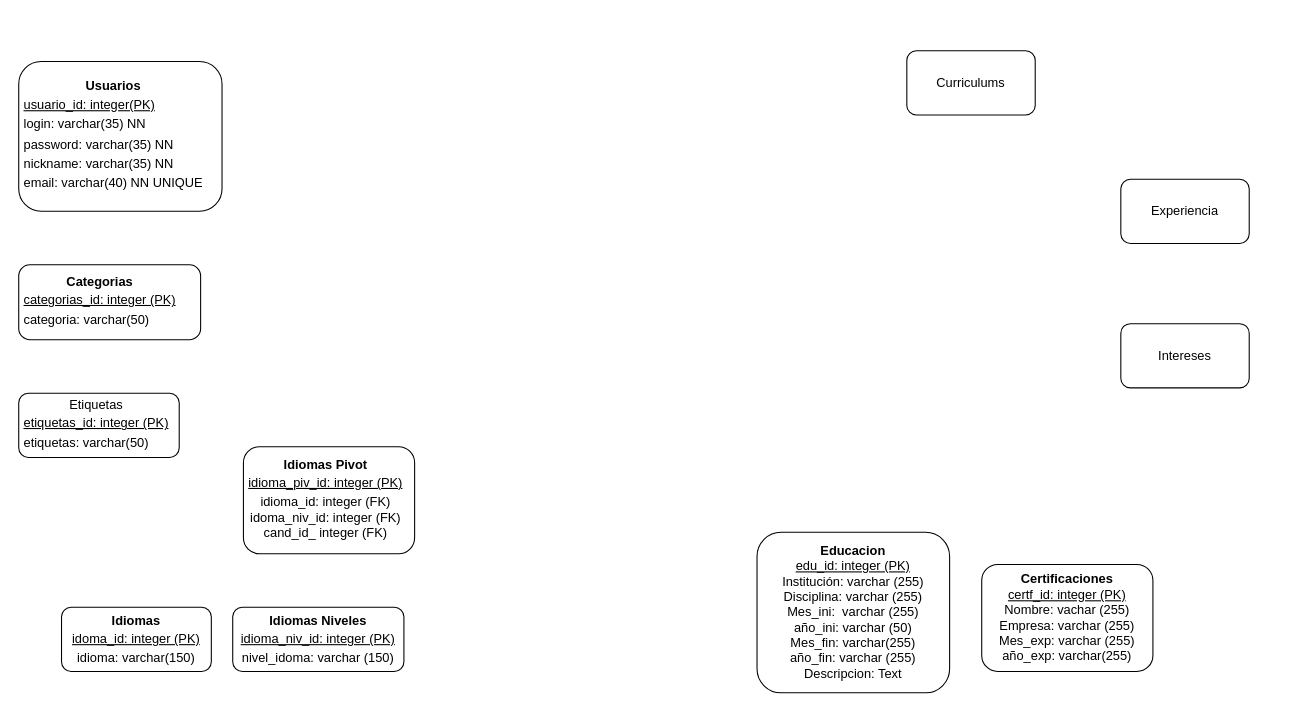
Before: PanelaHRM Diagram.drawio in habidco/panelahrmproject, a draw.io diagram. Source tidied: cells renumbered, new cells numbered last; positions are measured from the earlier drawing's top-left corner, leaving out a move shared by most shapes. Both pictures are drawn from the tidied source at 107%, with x=0, y=0 at pixel (18, 50).
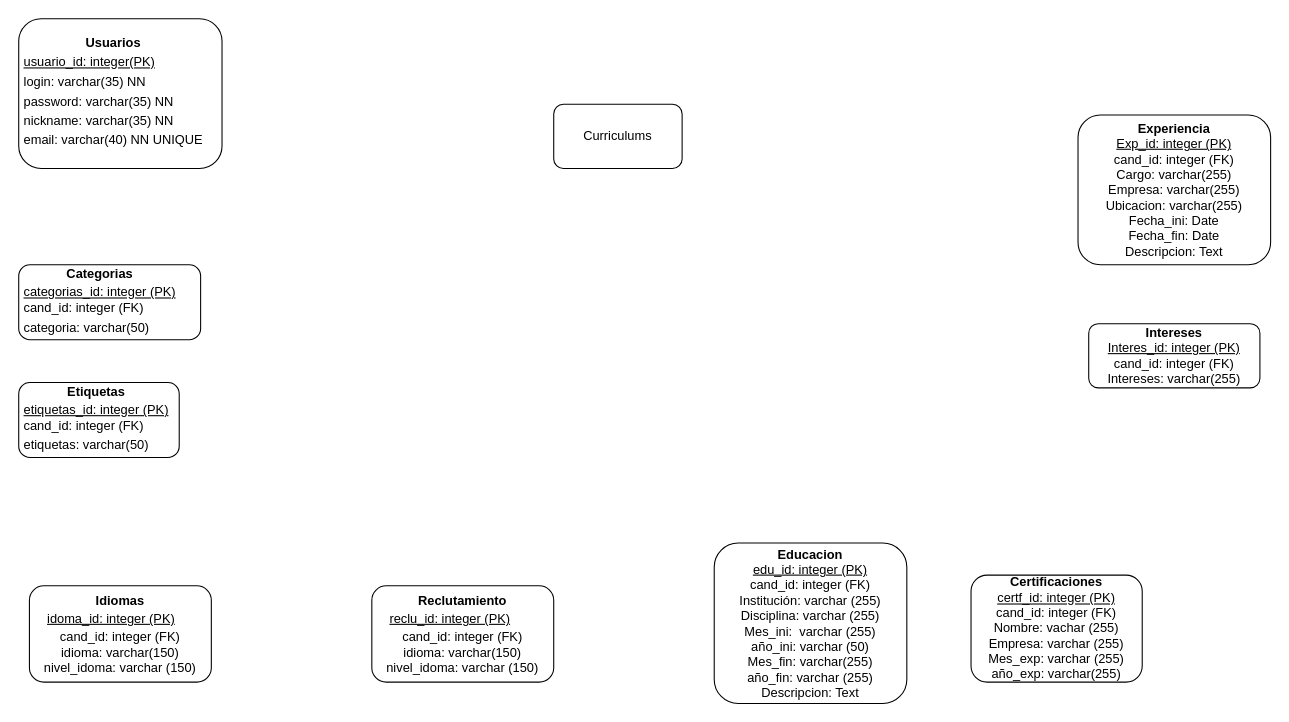
After the change.

Diff of the diagram source:
```diff
@@
 <mxGraphModel>
   <root>
     <mxCell id="0" />
     <mxCell id="1" parent="0" />
     <mxCell id="2" value="&lt;div style=&quot;text-align: center;&quot;&gt;&lt;b style=&quot;background-color: initial;&quot;&gt;Usuarios&lt;/b&gt;&lt;/div&gt;&lt;table&gt;&lt;tbody&gt;&lt;tr&gt;&lt;td&gt;&lt;u&gt;usuario_id: integer(PK)&lt;/u&gt;&lt;/td&gt;&lt;/tr&gt;&lt;tr&gt;&lt;td&gt;login: varchar(35) NN&lt;/td&gt;&lt;/tr&gt;&lt;tr&gt;&lt;td&gt;password: varchar(35) NN&lt;/td&gt;&lt;/tr&gt;&lt;tr&gt;&lt;td&gt;nickname: varchar(35) NN&lt;/td&gt;&lt;/tr&gt;&lt;tr&gt;&lt;td&gt;email: varchar(40) NN UNIQUE&lt;/td&gt;&lt;/tr&gt;&lt;/tbody&gt;&lt;/table&gt;" style="rounded=1;whiteSpace=wrap;html=1;align=left;" parent="1" vertex="1">
-      <mxGeometry y="10" width="190" height="140" as="geometry" />
+      <mxGeometry y="-30" width="190" height="140" as="geometry" />
     </mxCell>
-    <mxCell id="3" value="&lt;div style=&quot;text-align: center;&quot;&gt;&lt;span style=&quot;background-color: initial;&quot;&gt;&lt;b&gt;Categorias&lt;/b&gt;&lt;/span&gt;&lt;/div&gt;&lt;table style=&quot;&quot;&gt;&lt;tbody&gt;&lt;tr&gt;&lt;td&gt;&lt;u&gt;categorias_id: integer (PK)&lt;/u&gt;&lt;/td&gt;&lt;/tr&gt;&lt;tr&gt;&lt;td&gt;categoria: varchar(50)&lt;/td&gt;&lt;/tr&gt;&lt;/tbody&gt;&lt;/table&gt;" style="rounded=1;whiteSpace=wrap;html=1;align=left;" parent="1" vertex="1">
+    <mxCell id="3" value="&lt;div style=&quot;text-align: center;&quot;&gt;&lt;span style=&quot;background-color: initial;&quot;&gt;&lt;b&gt;Categorias&lt;/b&gt;&lt;/span&gt;&lt;/div&gt;&lt;table style=&quot;&quot;&gt;&lt;tbody&gt;&lt;tr&gt;&lt;td&gt;&lt;u&gt;categorias_id: integer (PK)&lt;br&gt;&lt;/u&gt;cand_id: integer (FK)&lt;br style=&quot;text-align: center;&quot;&gt;&lt;/td&gt;&lt;/tr&gt;&lt;tr&gt;&lt;td&gt;categoria: varchar(50)&lt;/td&gt;&lt;/tr&gt;&lt;/tbody&gt;&lt;/table&gt;" style="rounded=1;whiteSpace=wrap;html=1;align=left;" parent="1" vertex="1">
       <mxGeometry y="200" width="170" height="70" as="geometry" />
     </mxCell>
-    <mxCell id="4" value="&lt;div style=&quot;text-align: center;&quot;&gt;&lt;span style=&quot;background-color: initial;&quot;&gt;Etiquetas&lt;/span&gt;&lt;/div&gt;&lt;table&gt;&lt;tbody&gt;&lt;tr&gt;&lt;td&gt;&lt;u&gt;etiquetas_id: integer (PK)&lt;/u&gt;&lt;/td&gt;&lt;/tr&gt;&lt;tr&gt;&lt;td&gt;etiquetas: varchar(50)&lt;/td&gt;&lt;/tr&gt;&lt;/tbody&gt;&lt;/table&gt;" style="rounded=1;whiteSpace=wrap;html=1;align=left;" parent="1" vertex="1">
-      <mxGeometry y="320" width="150" height="60" as="geometry" />
+    <mxCell id="4" value="&lt;div style=&quot;text-align: center;&quot;&gt;&lt;span style=&quot;background-color: initial;&quot;&gt;&lt;b&gt;Etiquetas&lt;/b&gt;&lt;/span&gt;&lt;/div&gt;&lt;table&gt;&lt;tbody&gt;&lt;tr&gt;&lt;td&gt;&lt;u&gt;etiquetas_id: integer (PK)&lt;br&gt;&lt;/u&gt;cand_id: integer (FK)&lt;br style=&quot;text-align: center;&quot;&gt;&lt;/td&gt;&lt;/tr&gt;&lt;tr&gt;&lt;td&gt;etiquetas: varchar(50)&lt;/td&gt;&lt;/tr&gt;&lt;/tbody&gt;&lt;/table&gt;" style="rounded=1;whiteSpace=wrap;html=1;align=left;" parent="1" vertex="1">
+      <mxGeometry y="310" width="150" height="70" as="geometry" />
     </mxCell>
     <mxCell id="5" value="Curriculums&lt;br&gt;" style="rounded=1;whiteSpace=wrap;html=1;" parent="1" vertex="1">
-      <mxGeometry x="830" width="120" height="60" as="geometry" />
+      <mxGeometry x="500" y="50" width="120" height="60" as="geometry" />
     </mxCell>
-    <mxCell id="6" value="&lt;b&gt;Educacion&lt;/b&gt;&lt;br&gt;&lt;u&gt;edu_id: integer (PK)&lt;br&gt;&lt;/u&gt;Institución: varchar (255)&lt;br&gt;Disciplina: varchar (255)&lt;br&gt;Mes_ini:&amp;nbsp; varchar (255)&lt;br&gt;año_ini: varchar (50)&lt;br&gt;Mes_fin: varchar(255)&lt;br&gt;año_fin: varchar (255)&lt;br&gt;Descripcion: Text" style="rounded=1;whiteSpace=wrap;html=1;" parent="1" vertex="1">
-      <mxGeometry x="690" y="450" width="180" height="150" as="geometry" />
+    <mxCell id="6" value="&lt;b&gt;Educacion&lt;/b&gt;&lt;br&gt;&lt;u&gt;edu_id: integer (PK)&lt;br&gt;&lt;/u&gt;cand_id: integer (FK)&lt;br&gt;Institución: varchar (255)&lt;br&gt;Disciplina: varchar (255)&lt;br&gt;Mes_ini:&amp;nbsp; varchar (255)&lt;br&gt;año_ini: varchar (50)&lt;br&gt;Mes_fin: varchar(255)&lt;br&gt;año_fin: varchar (255)&lt;br&gt;Descripcion: Text" style="rounded=1;whiteSpace=wrap;html=1;" parent="1" vertex="1">
+      <mxGeometry x="650" y="460" width="180" height="150" as="geometry" />
     </mxCell>
-    <mxCell id="7" value="Experiencia" style="rounded=1;whiteSpace=wrap;html=1;" parent="1" vertex="1">
-      <mxGeometry x="1030" y="120" width="120" height="60" as="geometry" />
+    <mxCell id="7" value="&lt;b&gt;Experiencia&lt;/b&gt;&lt;br&gt;&lt;u&gt;Exp_id: integer (PK)&lt;/u&gt;&lt;br&gt;cand_id: integer (FK)&lt;br&gt;Cargo: varchar(255)&lt;br&gt;Empresa: varchar(255)&lt;br&gt;Ubicacion: varchar(255)&lt;br&gt;Fecha_ini: Date&lt;br&gt;Fecha_fin: Date&lt;br&gt;Descripcion: Text" style="rounded=1;whiteSpace=wrap;html=1;" parent="1" vertex="1">
+      <mxGeometry x="990" y="60" width="180" height="140" as="geometry" />
     </mxCell>
-    <mxCell id="8" value="&lt;b&gt;Certificaciones&lt;br&gt;&lt;/b&gt;&lt;u&gt;certf_id: integer (PK)&lt;br&gt;&lt;/u&gt;Nombre: vachar (255)&lt;br&gt;Empresa: varchar (255)&lt;br&gt;Mes_exp: varchar (255)&lt;br&gt;año_exp: varchar(255)" style="rounded=1;whiteSpace=wrap;html=1;" parent="1" vertex="1">
-      <mxGeometry x="900" y="480" width="160" height="100" as="geometry" />
+    <mxCell id="8" value="&lt;b&gt;Certificaciones&lt;br&gt;&lt;/b&gt;&lt;u&gt;certf_id: integer (PK)&lt;br&gt;&lt;/u&gt;cand_id: integer (FK)&lt;br&gt;Nombre: vachar (255)&lt;br&gt;Empresa: varchar (255)&lt;br&gt;Mes_exp: varchar (255)&lt;br&gt;año_exp: varchar(255)" style="rounded=1;whiteSpace=wrap;html=1;rotation=0;" parent="1" vertex="1">
+      <mxGeometry x="890" y="490" width="160" height="100" as="geometry" />
     </mxCell>
-    <mxCell id="9" value="&lt;b&gt;Idiomas&lt;/b&gt;&lt;br&gt;&lt;table&gt;&lt;tbody&gt;&lt;tr&gt;&lt;td&gt;&lt;u&gt;idoma_id: integer (PK)&lt;/u&gt;&lt;/td&gt;&lt;/tr&gt;&lt;/tbody&gt;&lt;/table&gt;idioma: varchar(150)" style="rounded=1;whiteSpace=wrap;html=1;" parent="1" vertex="1">
-      <mxGeometry x="40" y="520" width="140" height="60" as="geometry" />
+    <mxCell id="9" value="&lt;b&gt;Idiomas&lt;/b&gt;&lt;br&gt;&lt;table&gt;&lt;tbody&gt;&lt;tr&gt;&lt;td&gt;&lt;u&gt;idoma_id: integer (PK)&lt;/u&gt;&lt;/td&gt;&lt;/tr&gt;&lt;/tbody&gt;&lt;/table&gt;cand_id: integer (FK)&lt;br&gt;idioma: varchar(150)&lt;br&gt;nivel_idoma: varchar (150)" style="rounded=1;whiteSpace=wrap;html=1;" parent="1" vertex="1">
+      <mxGeometry x="10" y="500" width="170" height="90" as="geometry" />
     </mxCell>
-    <mxCell id="10" value="Intereses" style="rounded=1;whiteSpace=wrap;html=1;" parent="1" vertex="1">
-      <mxGeometry x="1030" y="255" width="120" height="60" as="geometry" />
+    <mxCell id="10" value="&lt;b&gt;Intereses&lt;br&gt;&lt;/b&gt;&lt;u&gt;Interes_id: integer (PK)&lt;br&gt;&lt;/u&gt;cand_id: integer (FK)&lt;br&gt;Intereses: varchar(255)" style="rounded=1;whiteSpace=wrap;html=1;" parent="1" vertex="1">
+      <mxGeometry x="1000" y="255" width="160" height="60" as="geometry" />
     </mxCell>
-    <mxCell id="11" value="&lt;b&gt;Idiomas Niveles&lt;br&gt;&lt;/b&gt;&lt;table&gt;&lt;tbody&gt;&lt;tr&gt;&lt;td&gt;&lt;u&gt;idioma_niv_id: integer (PK)&lt;/u&gt;&lt;/td&gt;&lt;/tr&gt;&lt;/tbody&gt;&lt;/table&gt;nivel_idoma: varchar (150)" style="rounded=1;whiteSpace=wrap;html=1;" parent="1" vertex="1">
-      <mxGeometry x="200" y="520" width="160" height="60" as="geometry" />
-    </mxCell>
-    <mxCell id="12" value="&lt;div style=&quot;text-align: center;&quot;&gt;&lt;span style=&quot;background-color: initial;&quot;&gt;&lt;b&gt;Idiomas Pivot&lt;/b&gt;&lt;/span&gt;&lt;/div&gt;&lt;table style=&quot;text-align: center;&quot;&gt;&lt;tbody&gt;&lt;tr&gt;&lt;td&gt;&lt;u&gt;idioma_piv_id: integer (PK)&lt;/u&gt;&lt;/td&gt;&lt;/tr&gt;&lt;tr&gt;&lt;td&gt;idioma_id: integer (FK)&lt;br&gt;idoma_niv_id: integer (FK)&lt;br&gt;cand_id_ integer (FK)&lt;/td&gt;&lt;/tr&gt;&lt;/tbody&gt;&lt;/table&gt;" style="rounded=1;whiteSpace=wrap;html=1;align=left;" parent="1" vertex="1">
-      <mxGeometry x="210" y="370" width="160" height="100" as="geometry" />
-    </mxCell>
+    <mxCell id="13" value="&lt;b&gt;Reclutamiento&lt;br&gt;&lt;/b&gt;&lt;table&gt;&lt;tbody&gt;&lt;tr&gt;&lt;td&gt;&lt;u&gt;reclu_id: integer (PK)&lt;/u&gt;&lt;/td&gt;&lt;/tr&gt;&lt;/tbody&gt;&lt;/table&gt;cand_id: integer (FK)&lt;br&gt;idioma: varchar(150)&lt;br&gt;nivel_idoma: varchar (150)" style="rounded=1;whiteSpace=wrap;html=1;" parent="1" vertex="1">
+      <mxGeometry x="330" y="500" width="170" height="90" as="geometry" />
+    </mxCell>
   </root>
 </mxGraphModel>
```
